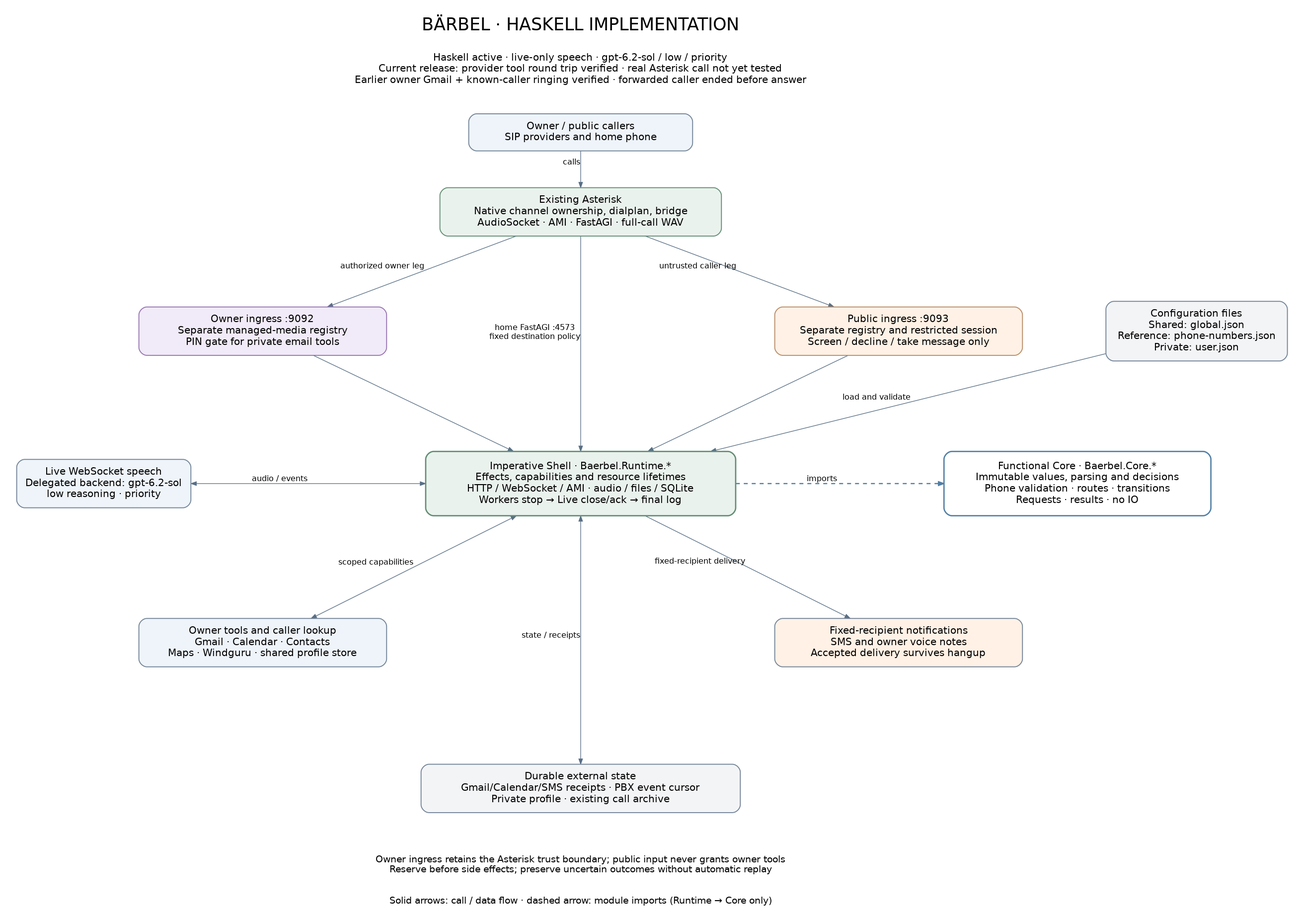
The Graphviz diagram architecture/BAERBEL_SYSTEM_ARCHITECTURE.png in StefanHubner/BaerbelHaskell, before a commit. Its source is kept beside it as architecture/BAERBEL_SYSTEM_ARCHITECTURE.dot.
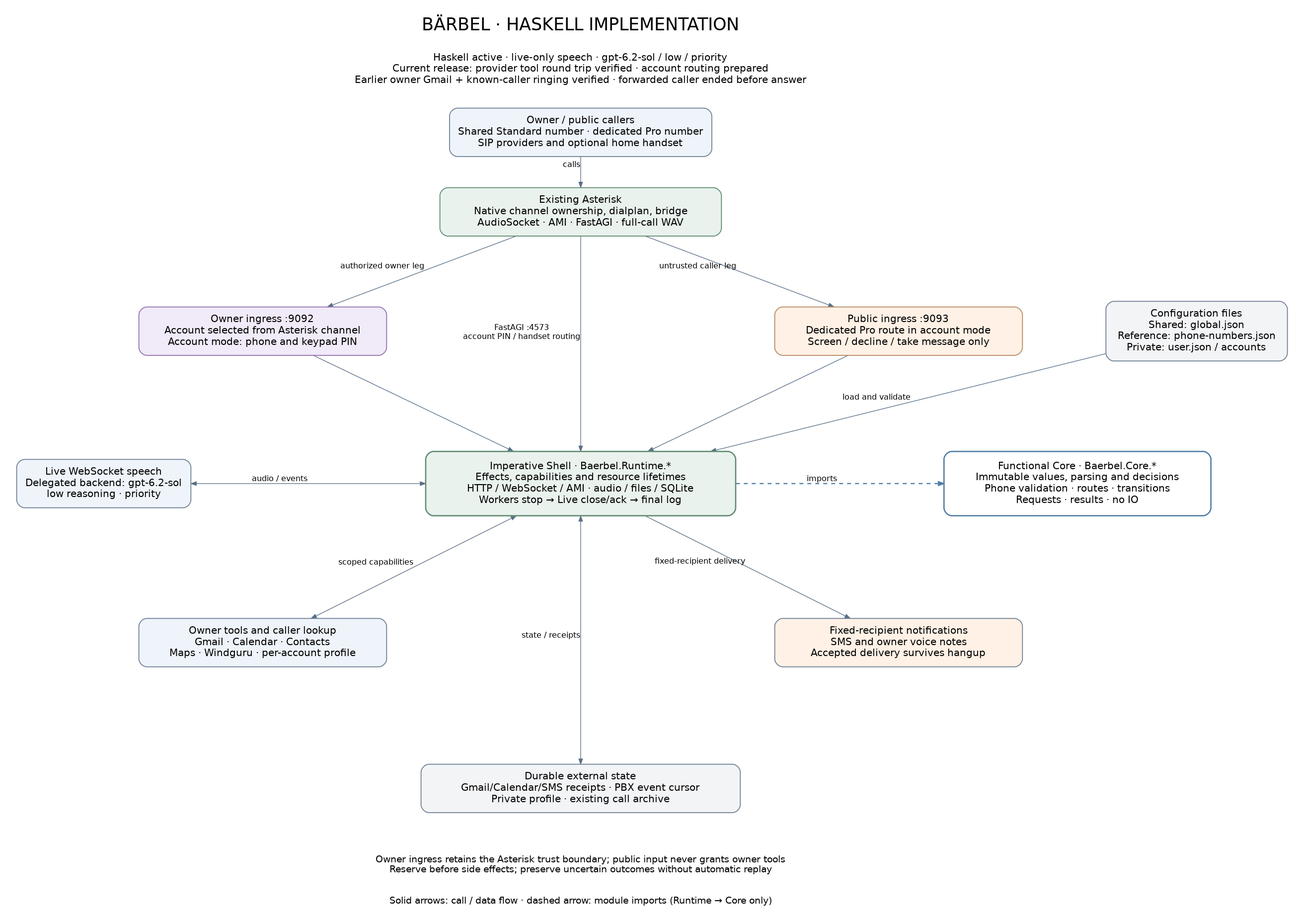
After the commit.

What changed in the source:
```diff
@@ -3,24 +3,24 @@
   node [shape=box, style="rounded,filled", fontname="DejaVu Sans", fontsize=15, margin="0.18,0.15", color="#728397", fillcolor="#eef4fa", penwidth=1.4];
   edge [fontname="DejaVu Sans", fontsize=12, color="#586f86", arrowsize=0.8];
   title [shape=plain, style="", label="BÄRBEL · HASKELL IMPLEMENTATION", fontsize=26, pos="900,1030!"];
-  status [shape=plain, style="", label="Haskell active · live-only speech · gpt-6.2-sol / low / priority\nCurrent release: provider tool round trip verified · real Asterisk call not yet tested\nEarlier owner Gmail + known-caller ringing verified · forwarded caller ended before answer", fontsize=15, pos="900,965!"];
-  phones [label="Owner / public callers\nSIP providers and home phone", pos="900,870!", width=4.7];
+  status [shape=plain, style="", label="Haskell active · live-only speech · gpt-6.2-sol / low / priority\nCurrent release: provider tool round trip verified · account routing prepared\nEarlier owner Gmail + known-caller ringing verified · forwarded caller ended before answer", fontsize=15, pos="900,965!"];
+  phones [label="Owner / public callers\nShared Standard number · dedicated Pro number\nSIP providers and optional home handset", pos="900,870!", width=4.7];
   pbx [label="Existing Asterisk\nNative channel ownership, dialplan, bridge\nAudioSocket · AMI · FastAGI · full-call WAV", pos="900,750!", width=5.9, fillcolor="#eaf2ed", color="#618d73"];
-  owner [label="Owner ingress :9092\nSeparate managed-media registry\nPIN gate for private email tools", pos="420,570!", width=5.2, fillcolor="#f1eaf8", color="#9674b2"];
-  public [label="Public ingress :9093\nSeparate registry and restricted session\nScreen / decline / take message only", pos="1380,570!", width=5.2, fillcolor="#fff1e5", color="#b98b65"];
+  owner [label="Owner ingress :9092\nAccount selected from Asterisk channel\nAccount mode: phone and keypad PIN", pos="420,570!", width=5.2, fillcolor="#f1eaf8", color="#9674b2"];
+  public [label="Public ingress :9093\nDedicated Pro route in account mode\nScreen / decline / take message only", pos="1380,570!", width=5.2, fillcolor="#fff1e5", color="#b98b65"];
   shell [label="Imperative Shell · Baerbel.Runtime.*\nEffects, capabilities and resource lifetimes\nHTTP / WebSocket / AMI · audio / files / SQLite\nWorkers stop → Live close/ack → final log", pos="900,340!", width=6.5, height=1.35, fillcolor="#eaf2ed", color="#618d73", penwidth=2.0];
   core [label="Functional Core · Baerbel.Core.*\nImmutable values, parsing and decisions\nPhone validation · routes · transitions\nRequests · results · no IO", pos="1650,340!", width=5.6, height=1.35, fillcolor="#ffffff", color="#527fa5", penwidth=2.0];
   speech [label="Live WebSocket speech\nDelegated backend: gpt-6.2-sol\nlow reasoning · priority", pos="180,340!", width=3.6];
-  providers [label="Owner tools and caller lookup\nGmail · Calendar · Contacts\nMaps · Windguru · shared profile store", pos="420,100!", width=5.2];
+  providers [label="Owner tools and caller lookup\nGmail · Calendar · Contacts\nMaps · Windguru · per-account profile", pos="420,100!", width=5.2];
   notifications [label="Fixed-recipient notifications\nSMS and owner voice notes\nAccepted delivery survives hangup", pos="1380,100!", width=5.2, fillcolor="#fff1e5"];
   state [label="Durable external state\nGmail/Calendar/SMS receipts · PBX event cursor\nPrivate profile · existing call archive", pos="900,-120!", width=6.7, fillcolor="#f3f4f6"];
-  config [label="Configuration files\nShared: global.json\nReference: phone-numbers.json\nPrivate: user.json", pos="1830,570!", width=3.8, fillcolor="#f3f4f6"];
+  config [label="Configuration files\nShared: global.json\nReference: phone-numbers.json\nPrivate: user.json / accounts", pos="1830,570!", width=3.8, fillcolor="#f3f4f6"];
   permissions [shape=plain, style="", label="Owner ingress retains the Asterisk trust boundary; public input never grants owner tools\nReserve before side effects; preserve uncertain outcomes without automatic replay", fontsize=14, pos="900,-235!"];
   legend [shape=plain, style="", label="Solid arrows: call / data flow · dashed arrow: module imports (Runtime → Core only)", fontsize=14, pos="900,-290!"];
   phones -> pbx [label="calls"];
   pbx -> owner [label="authorized owner leg"];
   pbx -> public [label="untrusted caller leg"];
-  pbx -> shell [label="home FastAGI :4573\nfixed destination policy"];
+  pbx -> shell [label="FastAGI :4573\naccount PIN / handset routing"];
   owner -> shell;
   public -> shell;
   shell -> core [style=dashed, label="imports", color="#527fa5", penwidth=1.8];
```
